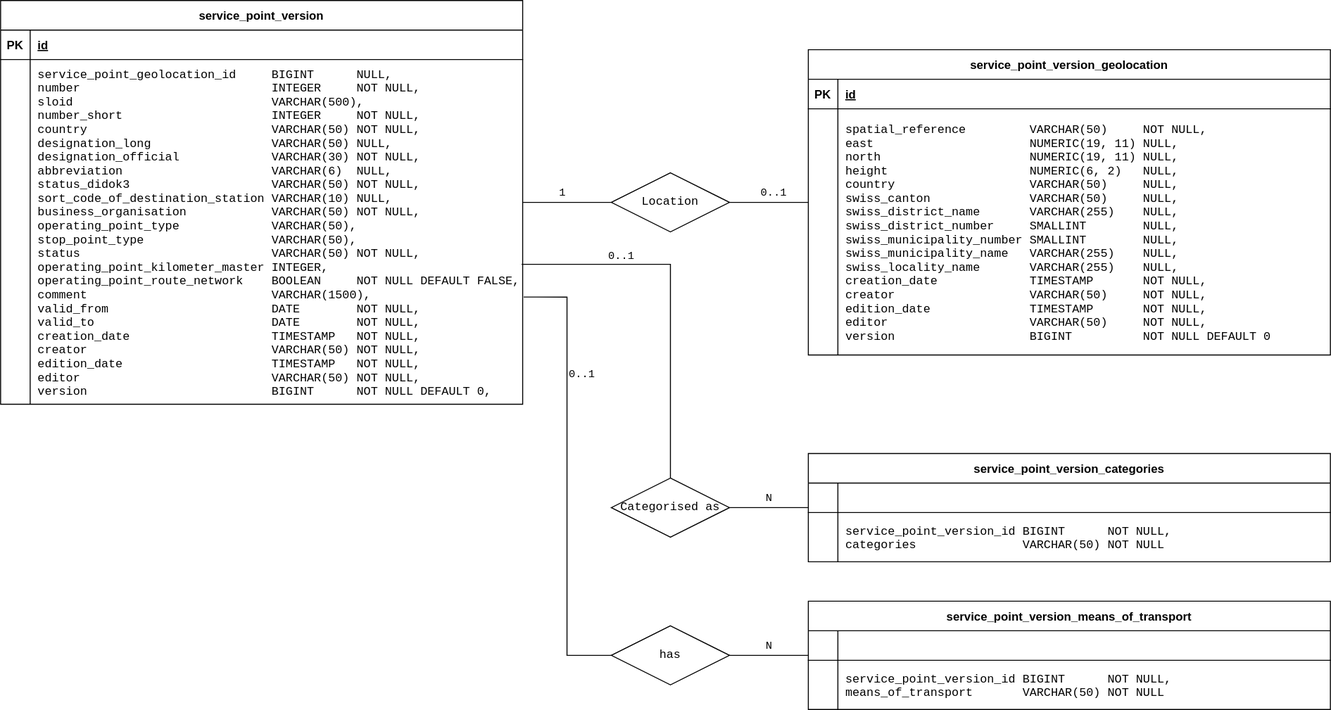
Above: service-point-directory/src/docs/db-service-point.svg in iuccio/atlas (draw.io), before the change. Source tidied: cells renumbered, new cells last; positions are measured from the earlier drawing's top-left corner, leaving out a move shared by most shapes.
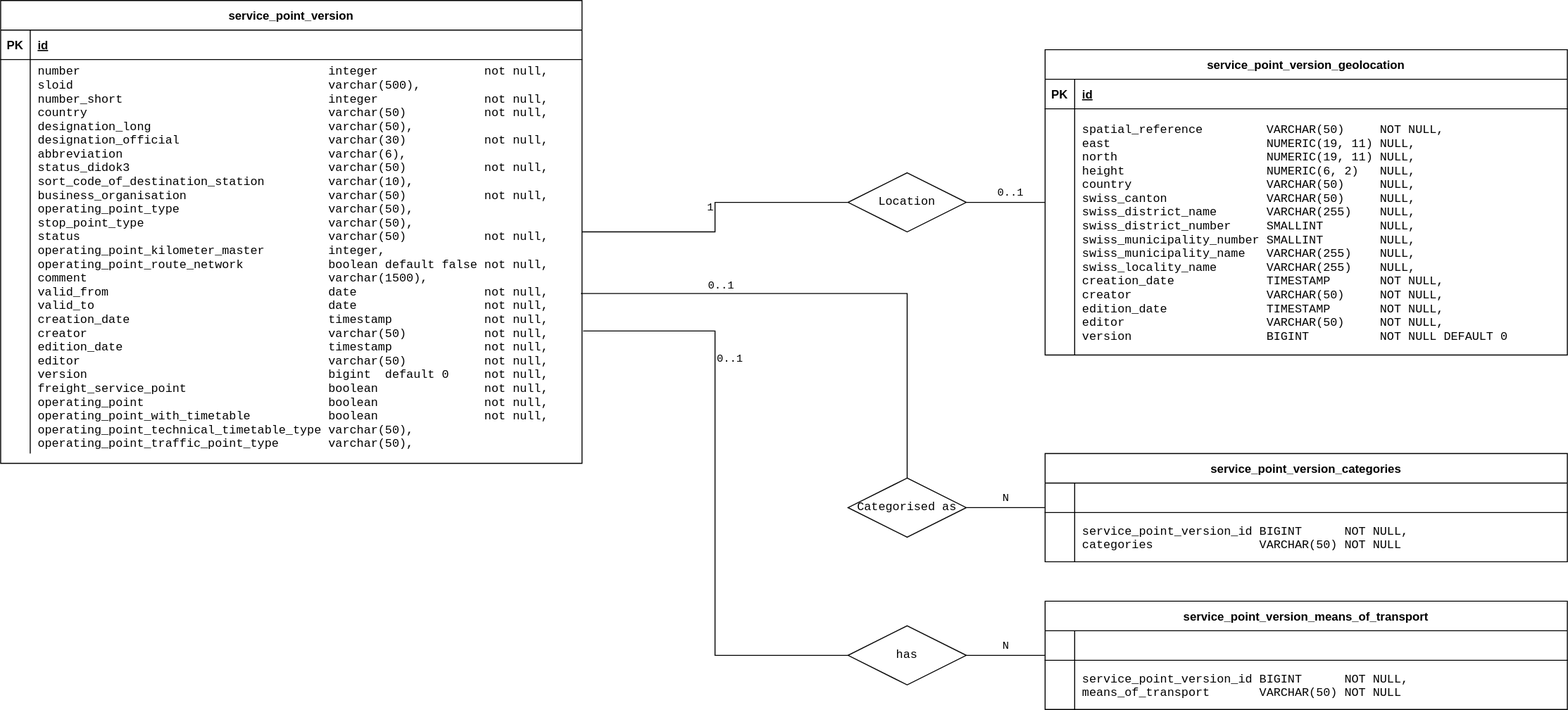
After the commit.

Change to the diagram source:
```diff
@@ -3,25 +3,25 @@
     <mxCell id="0" />
     <mxCell id="1" parent="0" />
     <mxCell id="2" value="service_point_version" style="shape=table;startSize=30;rowLines=0;fontStyle=1;align=center;" parent="1" vertex="1">
-      <mxGeometry width="530" height="410" as="geometry" />
+      <mxGeometry x="-240" width="590" height="470" as="geometry" />
     </mxCell>
     <mxCell id="3" style="shape=partialRectangle;fillColor=none;top=0;left=0;right=0;bottom=1;" parent="2" vertex="1">
-      <mxGeometry y="30" width="530" height="30" as="geometry" />
+      <mxGeometry y="30" width="590" height="30" as="geometry" />
     </mxCell>
     <mxCell id="4" value="PK" style="shape=partialRectangle;overflow=hidden;fillColor=none;top=0;left=0;bottom=0;right=0;fontStyle=1;" parent="3" vertex="1">
       <mxGeometry width="30" height="30" as="geometry" />
     </mxCell>
     <mxCell id="5" value="id" style="shape=partialRectangle;overflow=hidden;fillColor=none;top=0;left=0;bottom=0;right=0;align=left;spacingLeft=6;fontStyle=5;" parent="3" vertex="1">
-      <mxGeometry x="30" width="500" height="30" as="geometry" />
+      <mxGeometry x="30" width="560" height="30" as="geometry" />
     </mxCell>
     <mxCell id="6" style="shape=partialRectangle;fillColor=none;points=[[0,0.5],[1,0.5]];portConstraint=eastwest;top=0;left=0;right=0;bottom=0;" parent="2" vertex="1">
-      <mxGeometry y="60" width="530" height="350" as="geometry" />
+      <mxGeometry y="60" width="590" height="400" as="geometry" />
     </mxCell>
     <mxCell id="7" style="shape=partialRectangle;overflow=hidden;fillColor=none;top=0;left=0;bottom=0;right=0;" parent="6" vertex="1">
-      <mxGeometry width="30" height="350" as="geometry" />
+      <mxGeometry width="30" height="400" as="geometry" />
     </mxCell>
-    <mxCell id="8" value="service_point_geolocation_id     BIGINT      NULL,&#10;number                           INTEGER     NOT NULL,&#10;sloid                            VARCHAR(500),&#10;number_short                     INTEGER     NOT NULL,&#10;country                          VARCHAR(50) NOT NULL,&#10;designation_long                 VARCHAR(50) NULL,&#10;designation_official             VARCHAR(30) NOT NULL,&#10;abbreviation                     VARCHAR(6)  NULL,&#10;status_didok3                    VARCHAR(50) NOT NULL,&#10;sort_code_of_destination_station VARCHAR(10) NULL,&#10;business_organisation            VARCHAR(50) NOT NULL,&#10;operating_point_type             VARCHAR(50),&#10;stop_point_type                  VARCHAR(50),&#10;status                           VARCHAR(50) NOT NULL,&#10;operating_point_kilometer_master INTEGER,&#10;operating_point_route_network    BOOLEAN     NOT NULL DEFAULT FALSE,&#10;comment                          VARCHAR(1500),&#10;valid_from                       DATE        NOT NULL,&#10;valid_to                         DATE        NOT NULL,&#10;creation_date                    TIMESTAMP   NOT NULL,&#10;creator                          VARCHAR(50) NOT NULL,&#10;edition_date                     TIMESTAMP   NOT NULL,&#10;editor                           VARCHAR(50) NOT NULL,&#10;version                          BIGINT      NOT NULL DEFAULT 0," style="shape=partialRectangle;overflow=hidden;fillColor=none;top=0;left=0;bottom=0;right=0;align=left;spacingLeft=6;fontFamily=Courier New;fontStyle=0;" parent="6" vertex="1">
-      <mxGeometry x="30" width="500" height="350" as="geometry" />
+    <mxCell id="8" value="number                                   integer               not null,&#10;sloid                                    varchar(500),&#10;number_short                             integer               not null,&#10;country                                  varchar(50)           not null,&#10;designation_long                         varchar(50),&#10;designation_official                     varchar(30)           not null,&#10;abbreviation                             varchar(6),&#10;status_didok3                            varchar(50)           not null,&#10;sort_code_of_destination_station         varchar(10),&#10;business_organisation                    varchar(50)           not null,&#10;operating_point_type                     varchar(50),&#10;stop_point_type                          varchar(50),&#10;status                                   varchar(50)           not null,&#10;operating_point_kilometer_master         integer,&#10;operating_point_route_network            boolean default false not null,&#10;comment                                  varchar(1500),&#10;valid_from                               date                  not null,&#10;valid_to                                 date                  not null,&#10;creation_date                            timestamp             not null,&#10;creator                                  varchar(50)           not null,&#10;edition_date                             timestamp             not null,&#10;editor                                   varchar(50)           not null,&#10;version                                  bigint  default 0     not null,&#10;freight_service_point                    boolean               not null,&#10;operating_point                          boolean               not null,&#10;operating_point_with_timetable           boolean               not null,&#10;operating_point_technical_timetable_type varchar(50),&#10;operating_point_traffic_point_type       varchar(50)," style="shape=partialRectangle;overflow=hidden;fillColor=none;top=0;left=0;bottom=0;right=0;align=left;spacingLeft=6;fontFamily=Courier New;fontStyle=0;" parent="6" vertex="1">
+      <mxGeometry x="30" width="560" height="400" as="geometry" />
     </mxCell>
     <mxCell id="9" value="service_point_version_geolocation" style="shape=table;startSize=30;rowLines=0;fontStyle=1;align=center;" parent="1" vertex="1">
       <mxGeometry x="820" y="50" width="530" height="310" as="geometry" />
```
